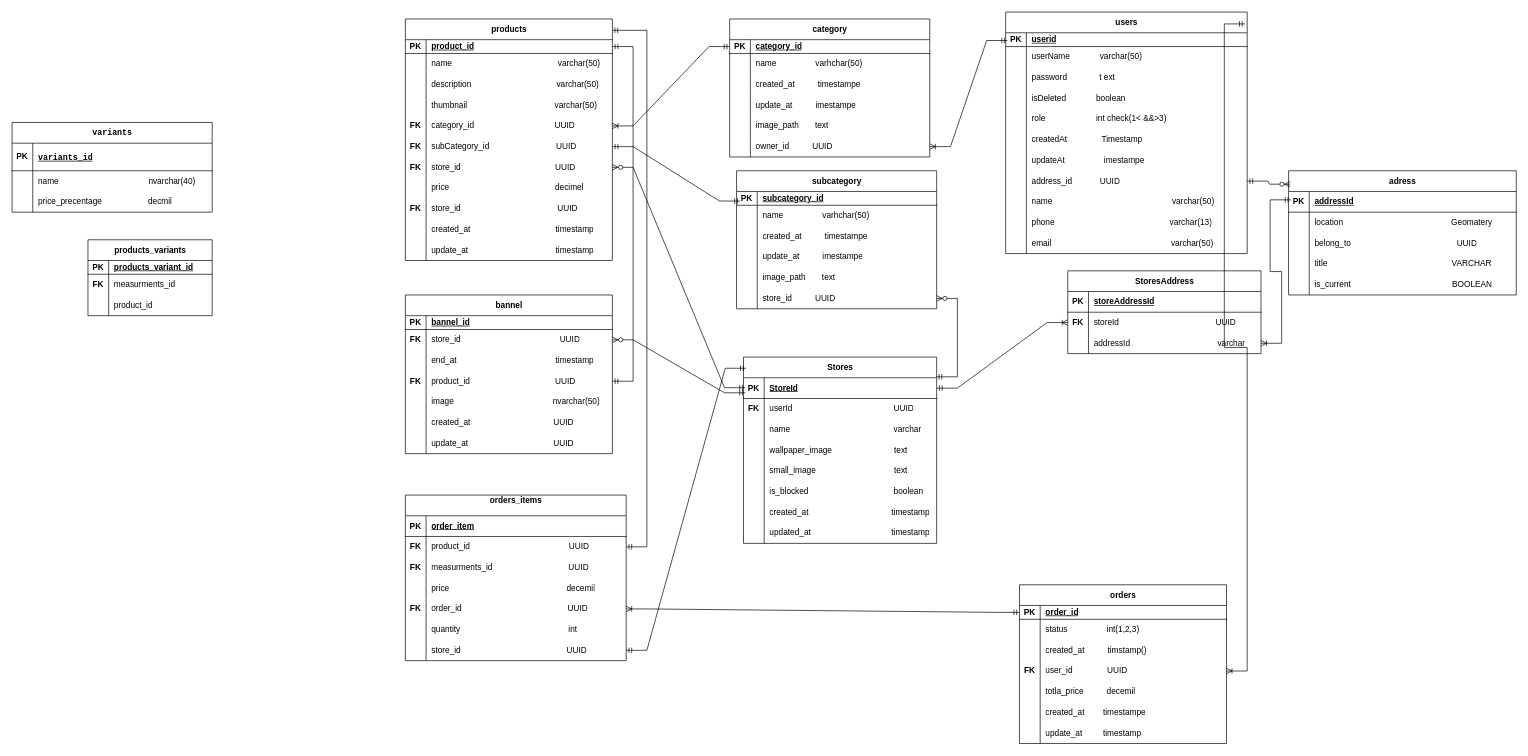
Earlier version of the draw.io diagram ecommerce.drawio (Abdullah2100/ecommerce_full_stack). Source tidied: cells renumbered, new cells numbered last; positions are measured from the earlier drawing's top-left corner, leaving out a move shared by most shapes. Both pictures are drawn from the tidied source at 69%, with x=0, y=0 at pixel (12, 12).
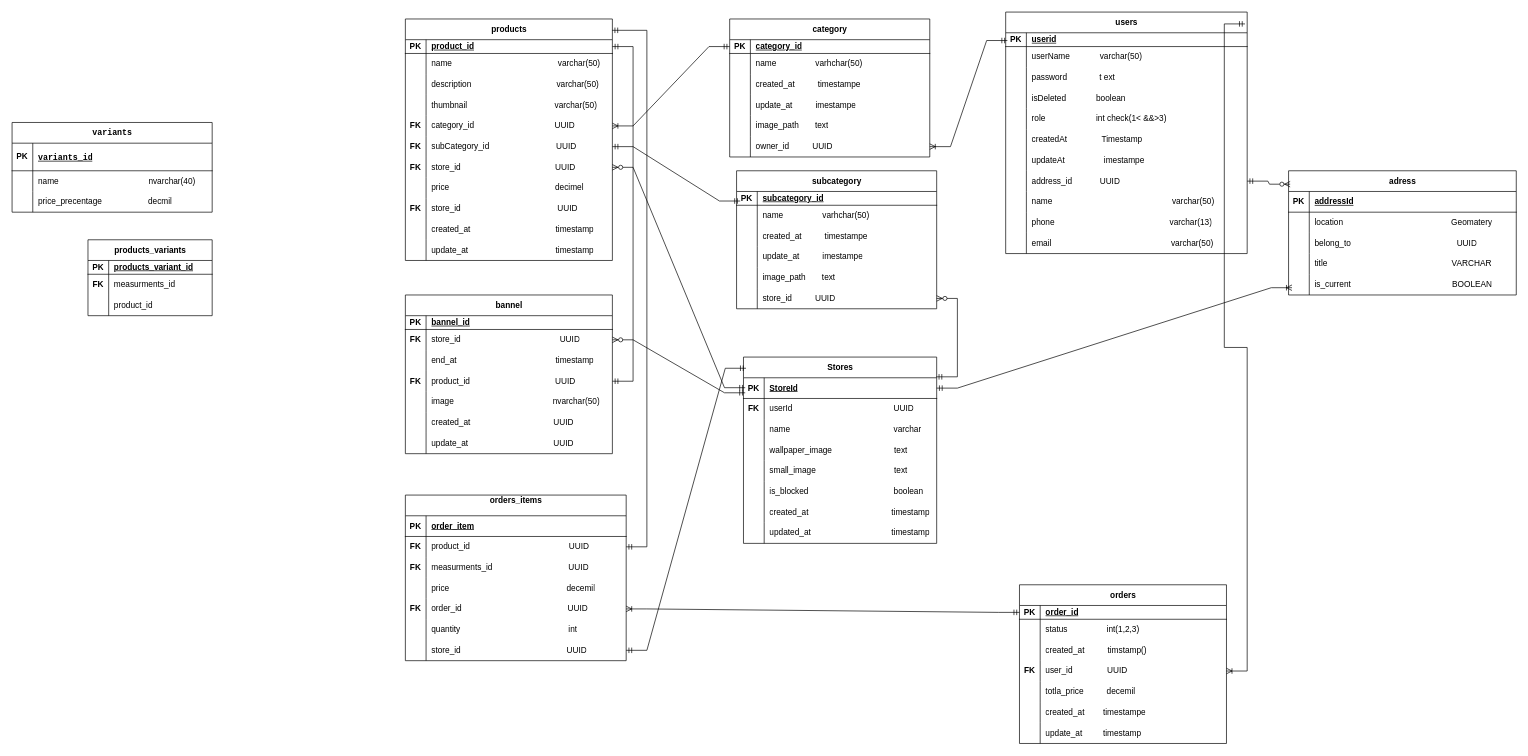
The same diagram, later.

The change refers to these unchanged cells:
```xml
<mxCell id="178" style="shape=tableRow;horizontal=0;startSize=0;swimlaneHead=0;swimlaneBody=0;fillColor=none;points=[[0,0.5],[1,0.5]];portConstraint=eastwest;top=0;left=0;right=0;bottom=1;" parent="177" vertex="1">
  <mxGeometry y="30" width="330" height="30" as="geometry" />
</mxCell>
<mxCell id="190" style="shape=tableRow;horizontal=0;startSize=0;swimlaneHead=0;swimlaneBody=0;fillColor=none;points=[[0,0.5],[1,0.5]];portConstraint=eastwest;top=0;left=0;right=0;bottom=0;" parent="177" vertex="1">
  <mxGeometry y="150" width="330" height="30" as="geometry" />
</mxCell>
<mxCell id="195" style="shape=tableRow;horizontal=0;startSize=0;swimlaneHead=0;swimlaneBody=0;fillColor=none;points=[[0,0.5],[1,0.5]];portConstraint=eastwest;top=0;left=0;right=0;bottom=1;" parent="194" vertex="1">
  <mxGeometry y="30" width="280" height="30" as="geometry" />
</mxCell>
```

What changed in the source:
```diff
@@
-    <mxCell id="219" value="StoresAddress" style="shape=table;startSize=30;childLayout=tableLayout;rowLines=0;fontStyle=1;align=center;html=1;" parent="1" vertex="1">
-      <mxGeometry x="1530" y="375" width="280" height="120" as="geometry" />
-    </mxCell>
-    <mxCell id="220" style="shape=tableRow;horizontal=0;startSize=0;swimlaneHead=0;swimlaneBody=0;fillColor=none;top=0;left=0;right=0;bottom=1;" parent="219" vertex="1">
-      <mxGeometry y="30" width="280" height="30" as="geometry" />
-    </mxCell>
-    <mxCell id="221" value="PK" style="shape=partialRectangle;fillColor=none;top=0;left=0;bottom=0;right=0;fontStyle=1;overflow=hidden;whiteSpace=wrap;html=1;" parent="220" vertex="1">
-      <mxGeometry width="30" height="30" as="geometry" />
-    </mxCell>
-    <mxCell id="222" value="storeAddressId" style="shape=partialRectangle;fillColor=none;top=0;left=0;bottom=0;right=0;align=left;spacingLeft=6;fontStyle=5;overflow=hidden;whiteSpace=wrap;html=1;" parent="220" vertex="1">
-      <mxGeometry x="30" width="250" height="30" as="geometry" />
-    </mxCell>
-    <mxCell id="223" style="shape=tableRow;horizontal=0;startSize=0;swimlaneHead=0;swimlaneBody=0;fillColor=none;points=[[0,0.5],[1,0.5]];portConstraint=eastwest;top=0;left=0;right=0;bottom=0;" parent="219" vertex="1">
-      <mxGeometry y="60" width="280" height="30" as="geometry" />
-    </mxCell>
-    <mxCell id="224" value="&lt;b&gt;FK&lt;/b&gt;" style="shape=partialRectangle;fillColor=none;top=0;left=0;bottom=0;right=0;overflow=hidden;whiteSpace=wrap;html=1;" parent="223" vertex="1">
-      <mxGeometry width="30" height="30" as="geometry" />
-    </mxCell>
-    <mxCell id="225" value="storeId&amp;nbsp; &amp;nbsp; &amp;nbsp; &amp;nbsp; &amp;nbsp; &amp;nbsp; &amp;nbsp; &amp;nbsp; &amp;nbsp; &amp;nbsp; &amp;nbsp; &amp;nbsp; &amp;nbsp; &amp;nbsp; &amp;nbsp; &amp;nbsp; &amp;nbsp; &amp;nbsp; &amp;nbsp; &amp;nbsp; &amp;nbsp; UUID" style="shape=partialRectangle;fillColor=none;top=0;left=0;bottom=0;right=0;align=left;spacingLeft=6;overflow=hidden;whiteSpace=wrap;html=1;" parent="223" vertex="1">
-      <mxGeometry x="30" width="250" height="30" as="geometry" />
-    </mxCell>
-    <mxCell id="226" style="shape=tableRow;horizontal=0;startSize=0;swimlaneHead=0;swimlaneBody=0;fillColor=none;points=[[0,0.5],[1,0.5]];portConstraint=eastwest;top=0;left=0;right=0;bottom=0;" parent="219" vertex="1">
-      <mxGeometry y="90" width="280" height="30" as="geometry" />
-    </mxCell>
-    <mxCell id="227" style="shape=partialRectangle;fillColor=none;top=0;left=0;bottom=0;right=0;overflow=hidden;whiteSpace=wrap;html=1;" parent="226" vertex="1">
-      <mxGeometry width="30" height="30" as="geometry" />
-    </mxCell>
-    <mxCell id="228" value="&lt;span style=&quot;font-weight: normal;&quot;&gt;addressId&lt;/span&gt;&amp;nbsp; &amp;nbsp; &amp;nbsp; &amp;nbsp; &amp;nbsp; &amp;nbsp; &amp;nbsp; &amp;nbsp; &amp;nbsp; &amp;nbsp; &amp;nbsp; &amp;nbsp; &amp;nbsp; &amp;nbsp; &amp;nbsp; &amp;nbsp; &amp;nbsp; &amp;nbsp; &amp;nbsp; &lt;span style=&quot;font-weight: normal;&quot;&gt;varchar&lt;/span&gt;" style="shape=partialRectangle;fillColor=none;top=0;left=0;bottom=0;right=0;align=left;spacingLeft=6;overflow=hidden;whiteSpace=wrap;html=1;fontStyle=1;" parent="226" vertex="1">
-      <mxGeometry x="30" width="250" height="30" as="geometry" />
-    </mxCell>
-    <mxCell id="229" style="edgeStyle=entityRelationEdgeStyle;fontSize=12;html=1;endArrow=ERoneToMany;startArrow=ERmandOne;rounded=0;" parent="1" edge="1" source="195" target="223">
+    <mxCell id="229" style="edgeStyle=entityRelationEdgeStyle;fontSize=12;html=1;endArrow=ERoneToMany;startArrow=ERmandOne;rounded=0;entryX=0.015;entryY=0.649;entryDx=0;entryDy=0;entryPerimeter=0;" parent="1" edge="1" source="195" target="190">
       <mxGeometry relative="1" as="geometry" />
     </mxCell>
-    <mxCell id="230" style="edgeStyle=entityRelationEdgeStyle;fontSize=12;html=1;endArrow=ERoneToMany;startArrow=ERmandOne;rounded=0;exitX=0.01;exitY=0.404;exitDx=0;exitDy=0;exitPerimeter=0;" parent="1" edge="1" source="178" target="226">
-      <mxGeometry relative="1" as="geometry" />
-    </mxCell>
```
